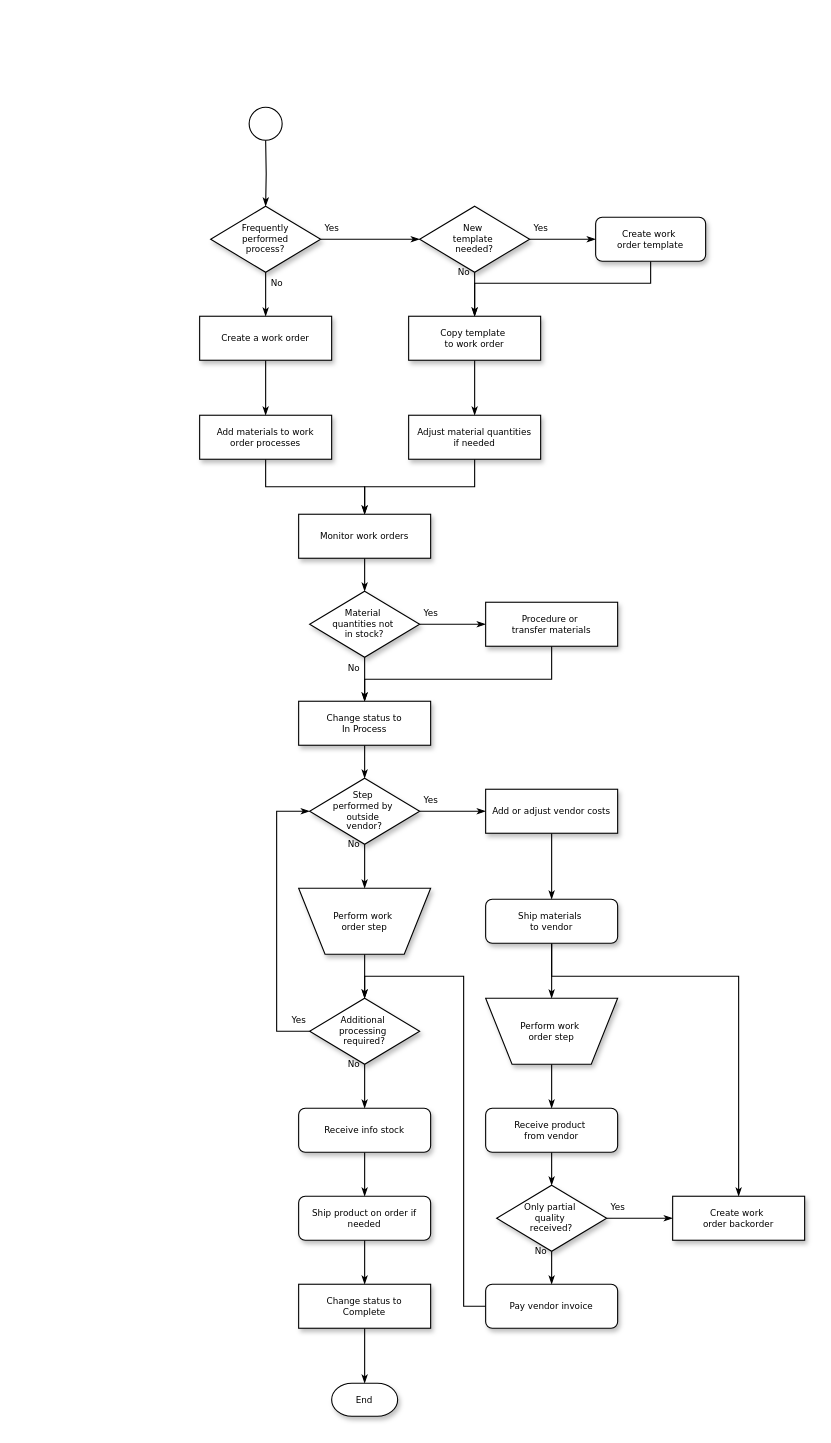
sd19surf/brad_test keeps this draw.io diagram as Untitled Diagram.drawio. Above is the earlier version. Source tidied: cells renumbered, new cells numbered last; positions are measured from the earlier drawing's top-left corner, leaving out a move shared by most shapes. Both pictures are drawn from the tidied source at 110%, with x=0, y=0 at pixel (199, 107).
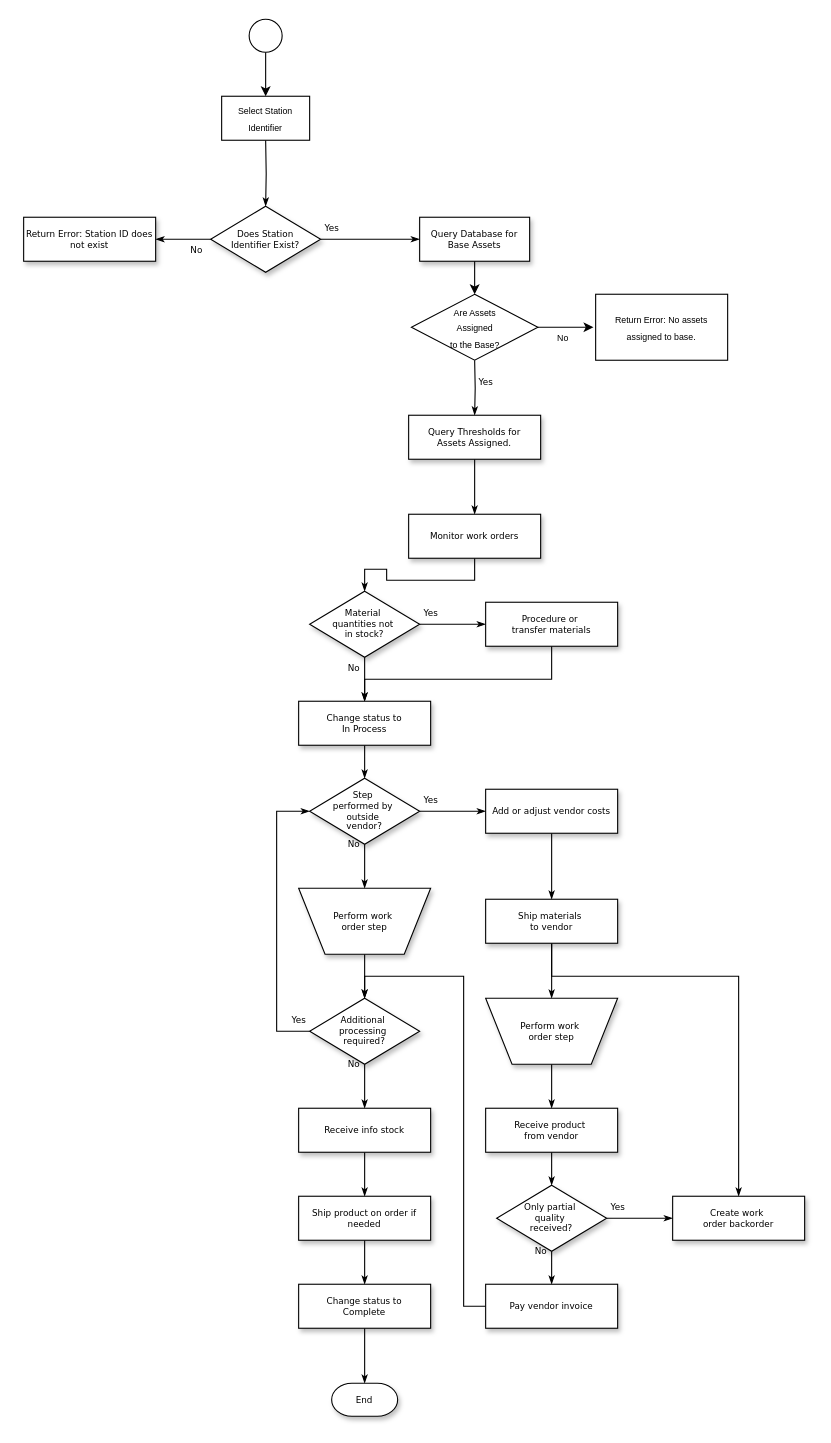
Above is the later version.

Change to the diagram source:
```diff
@@
-    <mxCell id="3" value="Yes" style="edgeStyle=orthogonalEdgeStyle;rounded=0;html=1;labelBackgroundColor=none;startSize=5;endArrow=classicThin;endFill=1;endSize=5;jettySize=auto;strokeWidth=1;fontFamily=Verdana;fontSize=8;" parent="1" edge="1" source="5" target="8">
-      <mxGeometry x="-0.78" y="10" relative="1" as="geometry" />
+    <mxCell id="3" value="Yes" style="edgeStyle=orthogonalEdgeStyle;rounded=0;html=1;labelBackgroundColor=none;startSize=5;endArrow=classicThin;endFill=1;endSize=5;jettySize=auto;strokeWidth=1;fontFamily=Verdana;fontSize=8;" parent="1" edge="1" source="5">
+      <mxGeometry x="-0.78" y="10" relative="1" as="geometry">
+        <mxPoint x="200" y="120" as="targetPoint" />
+      </mxGeometry>
     </mxCell>
@@
-    <mxCell id="5" value="Frequently&lt;div&gt;performed&lt;/div&gt;&lt;div&gt;process?&lt;/div&gt;" style="rhombus;whiteSpace=wrap;html=1;rounded=0;shadow=1;labelBackgroundColor=none;strokeWidth=1;fontFamily=Verdana;fontSize=8;align=center;" parent="1" vertex="1">
+    <mxCell id="5" value="Does Station &lt;br&gt;Identifier Exist?" style="rhombus;whiteSpace=wrap;html=1;rounded=0;shadow=1;labelBackgroundColor=none;strokeWidth=1;fontFamily=Verdana;fontSize=8;align=center;" parent="1" vertex="1">
       <mxGeometry x="10" y="90" width="100" height="60" as="geometry" />
     </mxCell>
-    <mxCell id="6" value="Yes" style="edgeStyle=orthogonalEdgeStyle;rounded=0;html=1;labelBackgroundColor=none;startSize=5;endArrow=classicThin;endFill=1;endSize=5;jettySize=auto;strokeWidth=1;fontFamily=Verdana;fontSize=8;" parent="1" edge="1" source="8" target="10">
-      <mxGeometry x="-0.67" y="10" relative="1" as="geometry" />
-    </mxCell>
-    <mxCell id="7" value="No" style="edgeStyle=orthogonalEdgeStyle;rounded=0;html=1;labelBackgroundColor=none;startSize=5;endArrow=classicThin;endFill=1;endSize=5;jettySize=auto;strokeWidth=1;fontFamily=Verdana;fontSize=8;" parent="1" edge="1" source="8" target="14">
-      <mxGeometry x="-1" y="-10" relative="1" as="geometry" />
-    </mxCell>
-    <mxCell id="8" value="New&amp;nbsp;&lt;div&gt;template&amp;nbsp;&lt;/div&gt;&lt;div&gt;needed?&lt;/div&gt;" style="rhombus;whiteSpace=wrap;html=1;rounded=0;shadow=1;labelBackgroundColor=none;strokeWidth=1;fontFamily=Verdana;fontSize=8;align=center;" parent="1" vertex="1">
-      <mxGeometry x="200" y="90" width="100" height="60" as="geometry" />
-    </mxCell>
-    <mxCell id="9" style="edgeStyle=orthogonalEdgeStyle;rounded=0;html=1;labelBackgroundColor=none;startSize=5;endArrow=classicThin;endFill=1;endSize=5;jettySize=auto;strokeWidth=1;fontFamily=Verdana;fontSize=8;" parent="1" edge="1" source="10" target="14">
-      <mxGeometry relative="1" as="geometry">
-        <Array as="points">
-          <mxPoint x="410" y="160" />
-          <mxPoint x="250" y="160" />
-        </Array>
-      </mxGeometry>
-    </mxCell>
-    <mxCell id="10" value="Create work&amp;nbsp;&lt;div&gt;order template&lt;/div&gt;" style="rounded=1;whiteSpace=wrap;html=1;shadow=1;labelBackgroundColor=none;strokeWidth=1;fontFamily=Verdana;fontSize=8;align=center;" parent="1" vertex="1">
-      <mxGeometry x="360" y="100" width="100" height="40" as="geometry" />
+    <mxCell id="10" value="Query Database for Base Assets" style="rounded=0;whiteSpace=wrap;html=1;shadow=1;labelBackgroundColor=none;strokeWidth=1;fontFamily=Verdana;fontSize=8;align=center;" parent="1" vertex="1">
+      <mxGeometry x="200" y="100" width="100" height="40" as="geometry" />
     </mxCell>
-    <mxCell id="11" style="edgeStyle=orthogonalEdgeStyle;rounded=0;html=1;labelBackgroundColor=none;startSize=5;endArrow=classicThin;endFill=1;endSize=5;jettySize=auto;strokeWidth=1;fontFamily=Verdana;fontSize=8;" parent="1" edge="1" source="12" target="16">
-      <mxGeometry relative="1" as="geometry" />
-    </mxCell>
-    <mxCell id="12" value="Create a work order" style="whiteSpace=wrap;html=1;rounded=0;shadow=1;labelBackgroundColor=none;strokeWidth=1;fontFamily=Verdana;fontSize=8;align=center;" parent="1" vertex="1">
-      <mxGeometry y="190" width="120" height="40" as="geometry" />
+    <mxCell id="12" value="Return Error: Station ID does not exist" style="whiteSpace=wrap;html=1;rounded=0;shadow=1;labelBackgroundColor=none;strokeWidth=1;fontFamily=Verdana;fontSize=8;align=center;" parent="1" vertex="1">
+      <mxGeometry x="-160" y="100" width="120" height="40" as="geometry" />
     </mxCell>
-    <mxCell id="13" style="edgeStyle=orthogonalEdgeStyle;rounded=0;html=1;labelBackgroundColor=none;startSize=5;endArrow=classicThin;endFill=1;endSize=5;jettySize=auto;strokeWidth=1;fontFamily=Verdana;fontSize=8;" parent="1" edge="1" source="14" target="18">
-      <mxGeometry relative="1" as="geometry" />
+    <mxCell id="13" value="Yes" style="edgeStyle=orthogonalEdgeStyle;rounded=0;html=1;labelBackgroundColor=none;startSize=5;endArrow=classicThin;endFill=1;endSize=5;jettySize=auto;strokeWidth=1;fontFamily=Verdana;fontSize=8;" parent="1" edge="1" target="18">
+      <mxGeometry x="-0.2" y="10" relative="1" as="geometry">
+        <mxPoint x="250" y="230" as="sourcePoint" />
+      </mxGeometry>
     </mxCell>
-    <mxCell id="14" value="Copy template&amp;nbsp;&lt;div&gt;to work order&lt;/div&gt;" style="whiteSpace=wrap;html=1;rounded=0;shadow=1;labelBackgroundColor=none;strokeWidth=1;fontFamily=Verdana;fontSize=8;align=center;" parent="1" vertex="1">
-      <mxGeometry x="190" y="190" width="120" height="40" as="geometry" />
-    </mxCell>
-    <mxCell id="15" style="edgeStyle=orthogonalEdgeStyle;rounded=0;html=1;labelBackgroundColor=none;startSize=5;endArrow=classicThin;endFill=1;endSize=5;jettySize=auto;strokeWidth=1;fontFamily=Verdana;fontSize=8;" parent="1" edge="1" source="16" target="20">
-      <mxGeometry relative="1" as="geometry" />
-    </mxCell>
-    <mxCell id="16" value="Add materials to work order processes" style="whiteSpace=wrap;html=1;rounded=0;shadow=1;labelBackgroundColor=none;strokeWidth=1;fontFamily=Verdana;fontSize=8;align=center;spacing=6;" parent="1" vertex="1">
-      <mxGeometry y="280" width="120" height="40" as="geometry" />
-    </mxCell>
@@
-    <mxCell id="18" value="Adjust material quantities if needed" style="whiteSpace=wrap;html=1;rounded=0;shadow=1;labelBackgroundColor=none;strokeWidth=1;fontFamily=Verdana;fontSize=8;align=center;spacing=6;" parent="1" vertex="1">
+    <mxCell id="18" value="Query Thresholds for Assets Assigned." style="whiteSpace=wrap;html=1;rounded=0;shadow=1;labelBackgroundColor=none;strokeWidth=1;fontFamily=Verdana;fontSize=8;align=center;spacing=6;" parent="1" vertex="1">
       <mxGeometry x="190" y="280" width="120" height="40" as="geometry" />
     </mxCell>
@@
     <mxCell id="20" value="Monitor work orders" style="whiteSpace=wrap;html=1;rounded=0;shadow=1;labelBackgroundColor=none;strokeWidth=1;fontFamily=Verdana;fontSize=8;align=center;" parent="1" vertex="1">
-      <mxGeometry x="90" y="370" width="120" height="40" as="geometry" />
+      <mxGeometry x="190" y="370" width="120" height="40" as="geometry" />
     </mxCell>
@@
-    <mxCell id="37" value="Ship materials&amp;nbsp;&lt;div&gt;to vendor&lt;/div&gt;" style="rounded=1;whiteSpace=wrap;html=1;shadow=1;labelBackgroundColor=none;strokeWidth=1;fontFamily=Verdana;fontSize=8;align=center;" parent="1" vertex="1">
+    <mxCell id="37" value="Ship materials&amp;nbsp;&lt;div&gt;to vendor&lt;/div&gt;" style="rounded=0;whiteSpace=wrap;html=1;shadow=1;labelBackgroundColor=none;strokeWidth=1;fontFamily=Verdana;fontSize=8;align=center;" parent="1" vertex="1">
       <mxGeometry x="260" y="720" width="120" height="40" as="geometry" />
     </mxCell>
@@
-    <mxCell id="44" value="Receive info stock" style="rounded=1;whiteSpace=wrap;html=1;shadow=1;labelBackgroundColor=none;strokeWidth=1;fontFamily=Verdana;fontSize=8;align=center;" parent="1" vertex="1">
+    <mxCell id="44" value="Receive info stock" style="rounded=0;whiteSpace=wrap;html=1;shadow=1;labelBackgroundColor=none;strokeWidth=1;fontFamily=Verdana;fontSize=8;align=center;" parent="1" vertex="1">
       <mxGeometry x="90" y="910" width="120" height="40" as="geometry" />
     </mxCell>
@@
-    <mxCell id="46" value="Receive product&amp;nbsp;&lt;div&gt;from vendor&lt;/div&gt;" style="rounded=1;whiteSpace=wrap;html=1;shadow=1;labelBackgroundColor=none;strokeWidth=1;fontFamily=Verdana;fontSize=8;align=center;" parent="1" vertex="1">
+    <mxCell id="46" value="Receive product&amp;nbsp;&lt;div&gt;from vendor&lt;/div&gt;" style="rounded=0;whiteSpace=wrap;html=1;shadow=1;labelBackgroundColor=none;strokeWidth=1;fontFamily=Verdana;fontSize=8;align=center;" parent="1" vertex="1">
       <mxGeometry x="260" y="910" width="120" height="40" as="geometry" />
     </mxCell>
@@
-    <mxCell id="48" value="Ship product on order if needed" style="rounded=1;whiteSpace=wrap;html=1;shadow=1;labelBackgroundColor=none;strokeWidth=1;fontFamily=Verdana;fontSize=8;align=center;" parent="1" vertex="1">
+    <mxCell id="48" value="Ship product on order if needed" style="rounded=0;whiteSpace=wrap;html=1;shadow=1;labelBackgroundColor=none;strokeWidth=1;fontFamily=Verdana;fontSize=8;align=center;" parent="1" vertex="1">
       <mxGeometry x="90" y="990" width="120" height="40" as="geometry" />
     </mxCell>
@@
-    <mxCell id="56" value="Pay vendor invoice" style="rounded=1;whiteSpace=wrap;html=1;shadow=1;labelBackgroundColor=none;strokeWidth=1;fontFamily=Verdana;fontSize=8;align=center;" parent="1" vertex="1">
+    <mxCell id="56" value="Pay vendor invoice" style="rounded=0;whiteSpace=wrap;html=1;shadow=1;labelBackgroundColor=none;strokeWidth=1;fontFamily=Verdana;fontSize=8;align=center;" parent="1" vertex="1">
       <mxGeometry x="260" y="1070" width="120" height="40" as="geometry" />
     </mxCell>
@@
-    <mxCell id="58" style="ellipse;whiteSpace=wrap;html=1;" parent="1" vertex="1">
-      <mxGeometry x="45" width="30" height="30" as="geometry" />
-    </mxCell>
+    <mxCell id="59" style="endArrow=classic;html=1;rounded=0;entryX=0.5;entryY=0;entryDx=0;entryDy=0;" parent="1" edge="1">
+      <mxGeometry relative="1" as="geometry">
+        <mxPoint x="60" y="-50" as="sourcePoint" />
+        <mxPoint x="60" y="-10" as="targetPoint" />
+      </mxGeometry>
+    </mxCell>
+    <mxCell id="60" style="ellipse;whiteSpace=wrap;html=1;rounded=0;" parent="1" vertex="1">
+      <mxGeometry x="45" y="-80" width="30" height="30" as="geometry" />
+    </mxCell>
+    <mxCell id="61" value="&lt;font style=&quot;font-size: 8px;&quot;&gt;Select Station Identifier&lt;/font&gt;" style="rounded=0;whiteSpace=wrap;html=1;" parent="1" vertex="1">
+      <mxGeometry x="20" y="-10" width="80" height="40" as="geometry" />
+    </mxCell>
+    <mxCell id="62" value="&lt;font style=&quot;font-size: 8px;&quot;&gt;Are Assets &lt;br&gt;Assigned &lt;br&gt;to the Base?&lt;/font&gt;" style="rhombus;whiteSpace=wrap;html=1;rounded=0;" parent="1" vertex="1">
+      <mxGeometry x="192.5" y="170" width="115" height="60" as="geometry" />
+    </mxCell>
+    <mxCell id="63" value="&lt;font style=&quot;font-size: 8px;&quot;&gt;Return Error: No assets assigned to base.&lt;/font&gt;" style="whiteSpace=wrap;html=1;rounded=0;" parent="1" vertex="1">
+      <mxGeometry x="360" y="170" width="120" height="60" as="geometry" />
+    </mxCell>
+    <mxCell id="64" style="endArrow=classic;html=1;rounded=0;entryX=0.5;entryY=0;entryDx=0;entryDy=0;exitX=0.5;exitY=1;exitDx=0;exitDy=0;" parent="1" edge="1" source="10" target="62">
+      <mxGeometry relative="1" as="geometry" />
+    </mxCell>
+    <mxCell id="7" value="No" style="endArrow=classic;html=1;rounded=0;fontSize=8;" parent="1" edge="1">
+      <mxGeometry x="-0.11" y="-10" relative="1" as="geometry">
+        <mxPoint x="307.5" y="200" as="sourcePoint" />
+        <mxPoint x="358" y="200" as="targetPoint" />
+      </mxGeometry>
+    </mxCell>
```
